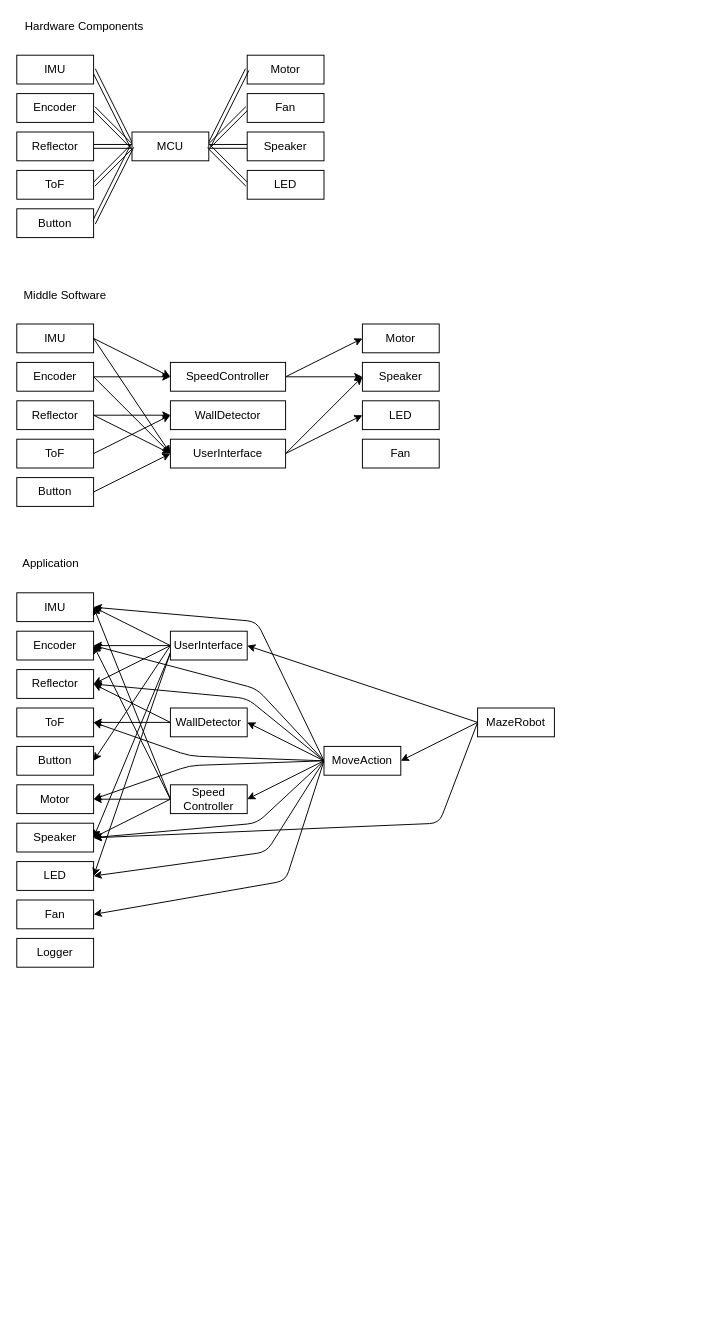
Above: docs/components.dio in kerikun11/micromouse-kerise-firmware (draw.io), before the change. Source tidied: cells renumbered, new cells numbered last; positions are measured from the earlier drawing's top-left corner, leaving out a move shared by most shapes. Both pictures are drawn from the tidied source at 96%, with x=0, y=0 at pixel (16, 16).
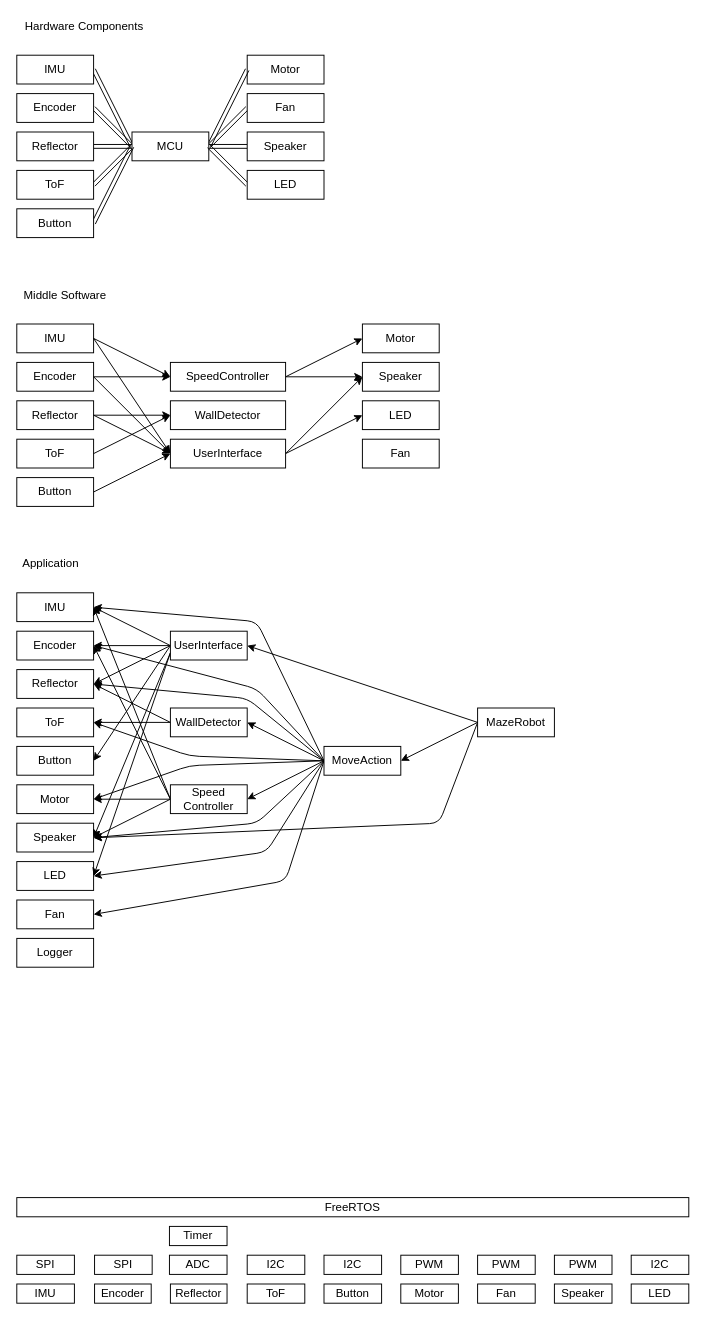
The same page after the edit.

What changed in the source:
```diff
@@
+    <mxCell id="88" value="IMU" style="rounded=0;whiteSpace=wrap;html=1;" parent="1" vertex="1">
+      <mxGeometry y="1320" width="60" height="20" as="geometry" />
+    </mxCell>
+    <mxCell id="89" value="Encoder" style="rounded=0;whiteSpace=wrap;html=1;" parent="1" vertex="1">
+      <mxGeometry x="81" y="1320" width="59" height="20" as="geometry" />
+    </mxCell>
+    <mxCell id="90" value="Reflector" style="rounded=0;whiteSpace=wrap;html=1;" parent="1" vertex="1">
+      <mxGeometry x="160" y="1320" width="59" height="20" as="geometry" />
+    </mxCell>
+    <mxCell id="91" value="ToF" style="rounded=0;whiteSpace=wrap;html=1;" parent="1" vertex="1">
+      <mxGeometry x="240" y="1320" width="60" height="20" as="geometry" />
+    </mxCell>
+    <mxCell id="92" value="Button" style="rounded=0;whiteSpace=wrap;html=1;" parent="1" vertex="1">
+      <mxGeometry x="320" y="1320" width="60" height="20" as="geometry" />
+    </mxCell>
+    <mxCell id="93" value="Motor" style="rounded=0;whiteSpace=wrap;html=1;" parent="1" vertex="1">
+      <mxGeometry x="400" y="1320" width="60" height="20" as="geometry" />
+    </mxCell>
+    <mxCell id="94" value="Fan" style="rounded=0;whiteSpace=wrap;html=1;" parent="1" vertex="1">
+      <mxGeometry x="480" y="1320" width="60" height="20" as="geometry" />
+    </mxCell>
+    <mxCell id="95" value="Speaker" style="rounded=0;whiteSpace=wrap;html=1;" parent="1" vertex="1">
+      <mxGeometry x="560" y="1320" width="60" height="20" as="geometry" />
+    </mxCell>
+    <mxCell id="96" value="LED" style="rounded=0;whiteSpace=wrap;html=1;" parent="1" vertex="1">
+      <mxGeometry x="640" y="1320" width="60" height="20" as="geometry" />
+    </mxCell>
+    <mxCell id="97" value="SPI" style="rounded=0;whiteSpace=wrap;html=1;" parent="1" vertex="1">
+      <mxGeometry y="1290" width="60" height="20" as="geometry" />
+    </mxCell>
+    <mxCell id="98" value="I2C" style="rounded=0;whiteSpace=wrap;html=1;" parent="1" vertex="1">
+      <mxGeometry x="240" y="1290" width="60" height="20" as="geometry" />
+    </mxCell>
+    <mxCell id="99" value="I2C" style="rounded=0;whiteSpace=wrap;html=1;" parent="1" vertex="1">
+      <mxGeometry x="640" y="1290" width="60" height="20" as="geometry" />
+    </mxCell>
+    <mxCell id="100" value="SPI" style="rounded=0;whiteSpace=wrap;html=1;" parent="1" vertex="1">
+      <mxGeometry x="81" y="1290" width="60" height="20" as="geometry" />
+    </mxCell>
+    <mxCell id="101" value="ADC" style="rounded=0;whiteSpace=wrap;html=1;" parent="1" vertex="1">
+      <mxGeometry x="159" y="1290" width="60" height="20" as="geometry" />
+    </mxCell>
+    <mxCell id="102" value="Timer" style="rounded=0;whiteSpace=wrap;html=1;" parent="1" vertex="1">
+      <mxGeometry x="159" y="1260" width="60" height="20" as="geometry" />
+    </mxCell>
+    <mxCell id="103" value="I2C" style="rounded=0;whiteSpace=wrap;html=1;" parent="1" vertex="1">
+      <mxGeometry x="320" y="1290" width="60" height="20" as="geometry" />
+    </mxCell>
+    <mxCell id="104" value="PWM" style="rounded=0;whiteSpace=wrap;html=1;" parent="1" vertex="1">
+      <mxGeometry x="400" y="1290" width="60" height="20" as="geometry" />
+    </mxCell>
+    <mxCell id="105" value="PWM" style="rounded=0;whiteSpace=wrap;html=1;" parent="1" vertex="1">
+      <mxGeometry x="480" y="1290" width="60" height="20" as="geometry" />
+    </mxCell>
+    <mxCell id="106" value="PWM" style="rounded=0;whiteSpace=wrap;html=1;" parent="1" vertex="1">
+      <mxGeometry x="560" y="1290" width="60" height="20" as="geometry" />
+    </mxCell>
+    <mxCell id="107" value="FreeRTOS" style="rounded=0;whiteSpace=wrap;html=1;" parent="1" vertex="1">
+      <mxGeometry y="1230" width="700" height="20" as="geometry" />
+    </mxCell>
```
